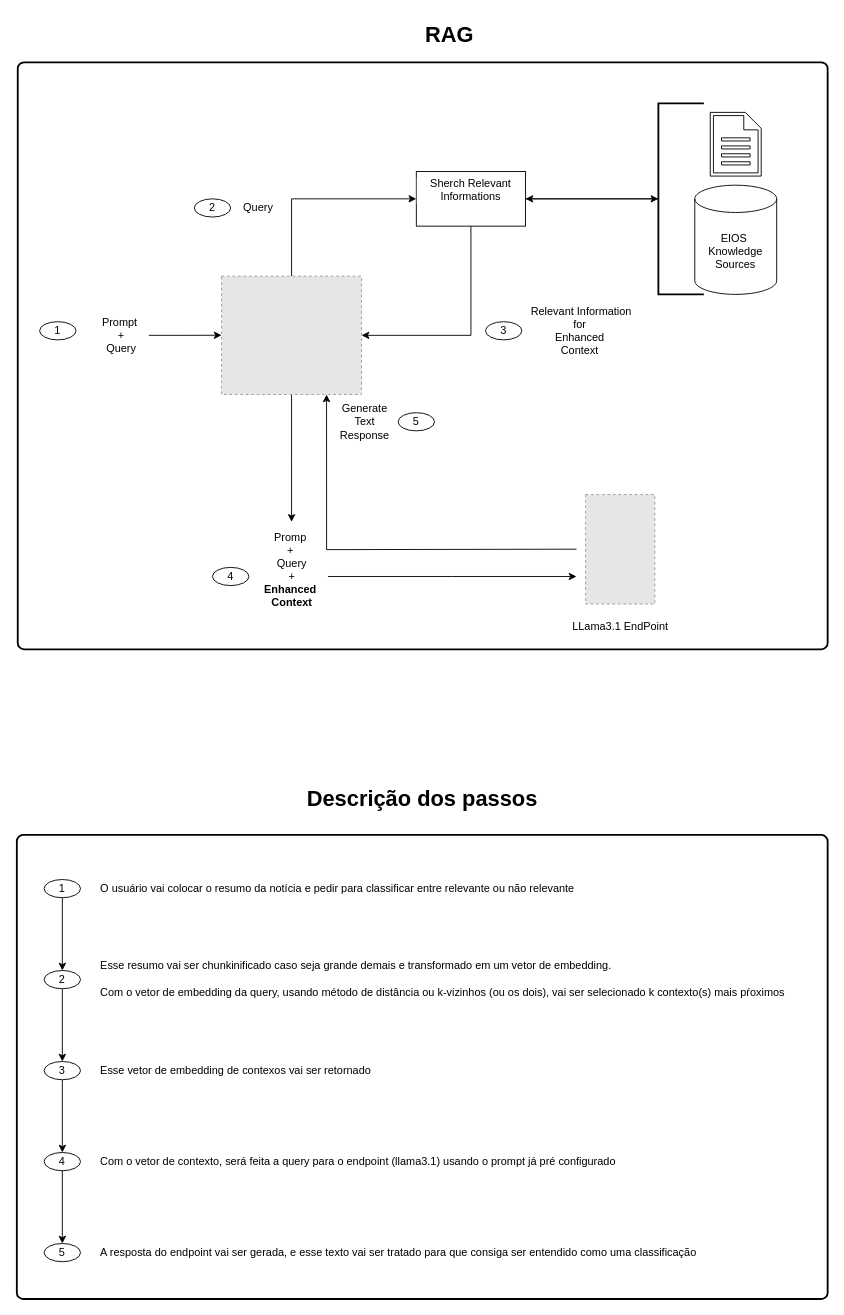
Gefft3/ecos-da-rota keeps this draw.io diagram as Diagrama de fluxo/Diagrama de fluxo.drawio. Above is the earlier version. Source tidied: cells renumbered, new cells numbered last; positions are measured from the earlier drawing's top-left corner, leaving out a move shared by most shapes. Both pictures are drawn from the tidied source at 91%, with x=0, y=0 at pixel (16, 15). Pictures stored in the file or linked from it are replaced by grey dashed boxes.
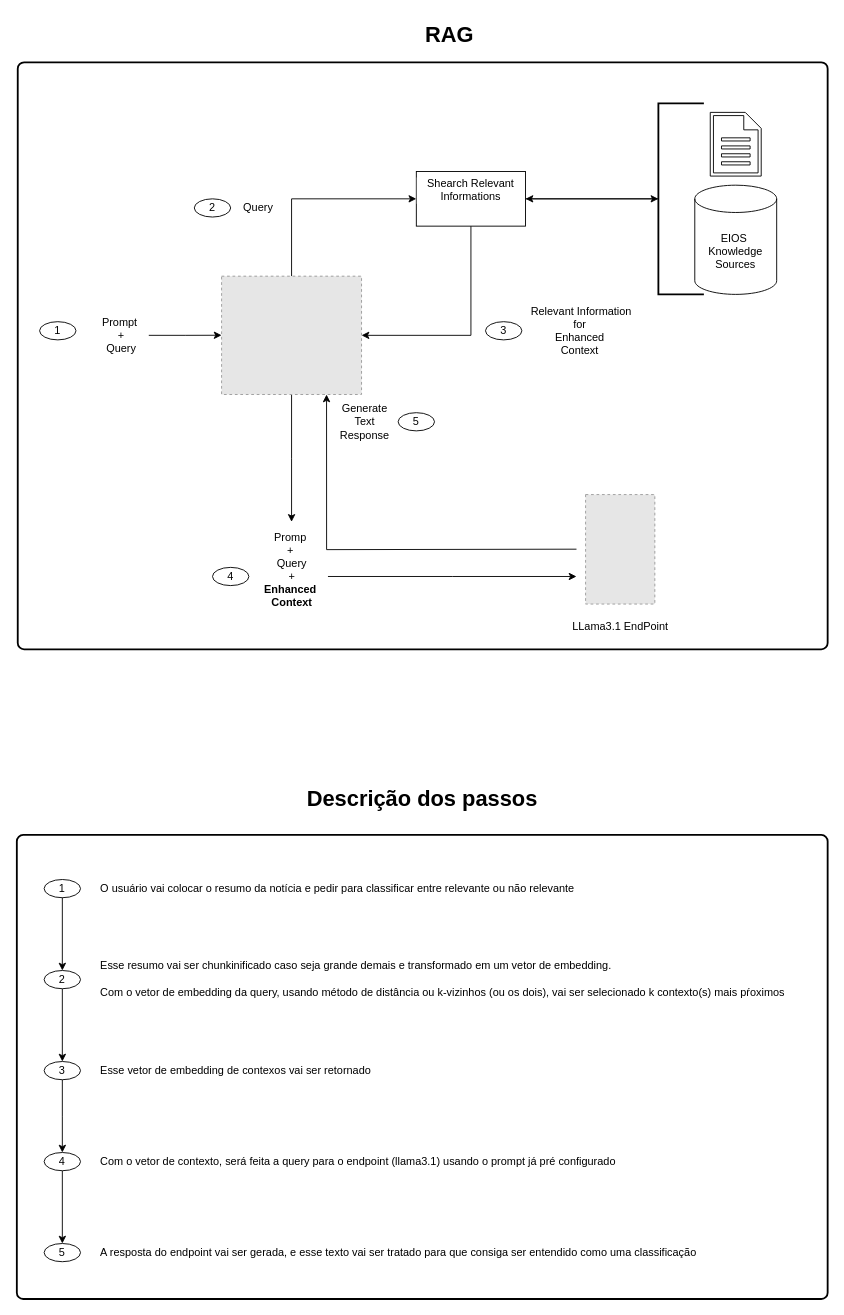
The same page after the edit.

Commit message (it also covers changes not shown here):
Refactor code and remove unnecessary code

The edit, as a diff of the source:
```diff
@@
-    <mxCell id="12" value="Sherch Relevant Informations" style="whiteSpace=wrap;html=1;verticalAlign=top;labelBackgroundColor=default;gradientColor=none;" parent="1" vertex="1">
+    <mxCell id="12" value="Shearch Relevant Informations" style="whiteSpace=wrap;html=1;verticalAlign=top;labelBackgroundColor=default;gradientColor=none;" parent="1" vertex="1">
       <mxGeometry x="439" y="171" width="120" height="60" as="geometry" />
     </mxCell>
```
